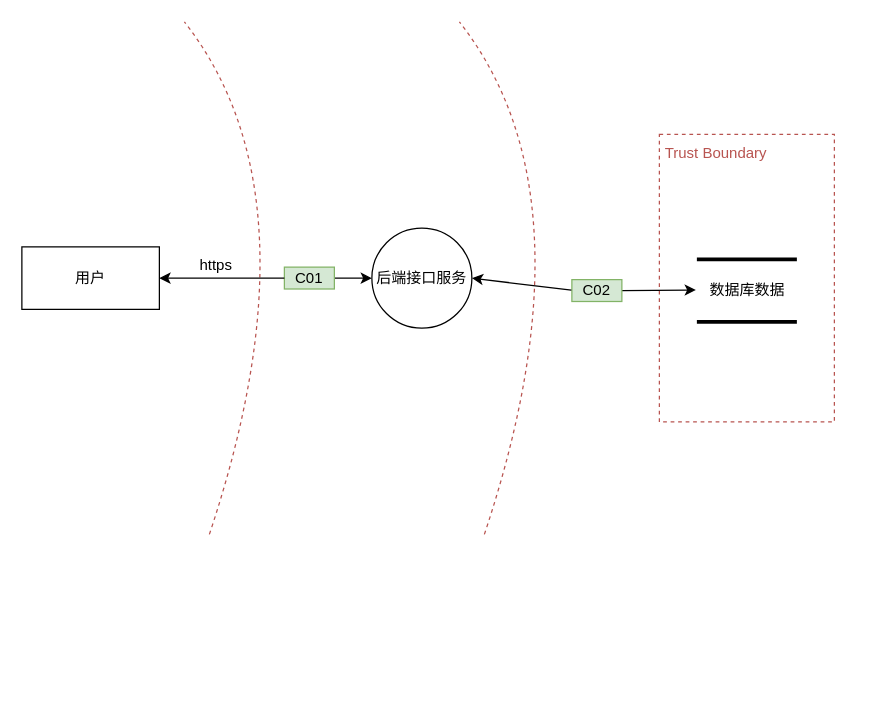
The draw.io diagram 数据流图.drawio in weijiang1994/draw-io, before the edit. Source tidied: cells renumbered, new cells numbered last; positions are measured from the earlier drawing's top-left corner, leaving out a move shared by most shapes. Both pictures are drawn from the tidied source at 125%, with x=0, y=0 at pixel (21, 21).
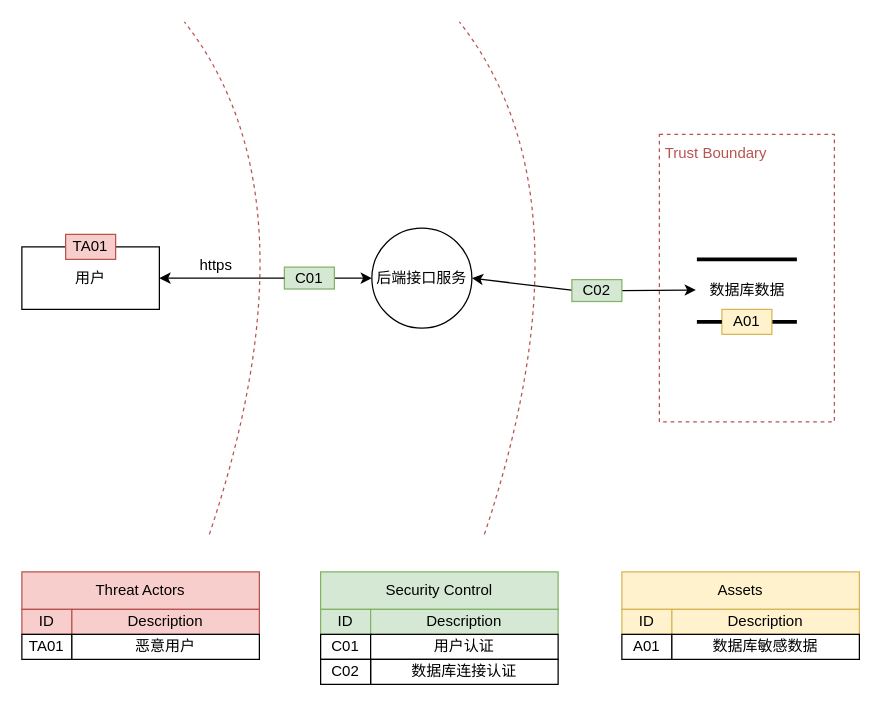
Above is the later version.

Commit message (it also covers changes not shown here):
更新数据流图.drawio

Change to the diagram source:
```diff
@@
-    <mxCell id="16" style="endArrow=none;html=1;rounded=0;strokeWidth=3;strokeColor=#000000;" parent="1" edge="1">
+    <mxCell id="16" style="endArrow=none;html=1;rounded=0;strokeWidth=3;strokeColor=#000000;startArrow=none;" parent="1" edge="1" source="36">
       <mxGeometry relative="1" as="geometry">
-        <mxPoint x="540" y="240" as="sourcePoint" />
         <mxPoint x="620" y="240" as="targetPoint" />
       </mxGeometry>
     </mxCell>
@@
+    <mxCell id="18" value="Threat Actors" style="rounded=0;whiteSpace=wrap;html=1;fillColor=#f8cecc;strokeColor=#b85450;" parent="1" vertex="1">
+      <mxGeometry y="440" width="190" height="30" as="geometry" />
+    </mxCell>
+    <mxCell id="19" value="ID" style="rounded=0;whiteSpace=wrap;html=1;fillColor=#f8cecc;strokeColor=#b85450;" parent="1" vertex="1">
+      <mxGeometry y="470" width="40" height="20" as="geometry" />
+    </mxCell>
+    <mxCell id="20" value="Description" style="rounded=0;whiteSpace=wrap;html=1;fillColor=#f8cecc;strokeColor=#b85450;" parent="1" vertex="1">
+      <mxGeometry x="40" y="470" width="150" height="20" as="geometry" />
+    </mxCell>
+    <mxCell id="21" value="TA01" style="rounded=0;whiteSpace=wrap;html=1;" parent="1" vertex="1">
+      <mxGeometry y="490" width="40" height="20" as="geometry" />
+    </mxCell>
+    <mxCell id="22" value="恶意用户" style="rounded=0;whiteSpace=wrap;html=1;" parent="1" vertex="1">
+      <mxGeometry x="40" y="490" width="150" height="20" as="geometry" />
+    </mxCell>
+    <mxCell id="23" value="TA01" style="rounded=0;whiteSpace=wrap;html=1;fillColor=#f8cecc;strokeColor=#b85450;" parent="1" vertex="1">
+      <mxGeometry x="35" y="170" width="40" height="20" as="geometry" />
+    </mxCell>
+    <mxCell id="24" value="Security Control" style="rounded=0;whiteSpace=wrap;html=1;fillColor=#d5e8d4;strokeColor=#82b366;" parent="1" vertex="1">
+      <mxGeometry x="239" y="440" width="190" height="30" as="geometry" />
+    </mxCell>
+    <mxCell id="25" value="ID" style="rounded=0;whiteSpace=wrap;html=1;fillColor=#d5e8d4;strokeColor=#82b366;" parent="1" vertex="1">
+      <mxGeometry x="239" y="470" width="40" height="20" as="geometry" />
+    </mxCell>
+    <mxCell id="26" value="Description" style="rounded=0;whiteSpace=wrap;html=1;fillColor=#d5e8d4;strokeColor=#82b366;" parent="1" vertex="1">
+      <mxGeometry x="279" y="470" width="150" height="20" as="geometry" />
+    </mxCell>
+    <mxCell id="27" value="C01" style="rounded=0;whiteSpace=wrap;html=1;" parent="1" vertex="1">
+      <mxGeometry x="239" y="490" width="40" height="20" as="geometry" />
+    </mxCell>
+    <mxCell id="28" value="用户认证" style="rounded=0;whiteSpace=wrap;html=1;" parent="1" vertex="1">
+      <mxGeometry x="279" y="490" width="150" height="20" as="geometry" />
+    </mxCell>
+    <mxCell id="29" value="数据库连接认证" style="rounded=0;whiteSpace=wrap;html=1;" parent="1" vertex="1">
+      <mxGeometry x="279" y="510" width="150" height="20" as="geometry" />
+    </mxCell>
+    <mxCell id="30" value="C02" style="rounded=0;whiteSpace=wrap;html=1;" parent="1" vertex="1">
+      <mxGeometry x="239" y="510" width="40" height="20" as="geometry" />
+    </mxCell>
+    <mxCell id="31" value="Assets" style="rounded=0;whiteSpace=wrap;html=1;fillColor=#fff2cc;strokeColor=#d6b656;" parent="1" vertex="1">
+      <mxGeometry x="480" y="440" width="190" height="30" as="geometry" />
+    </mxCell>
+    <mxCell id="32" value="ID" style="rounded=0;whiteSpace=wrap;html=1;fillColor=#fff2cc;strokeColor=#d6b656;" parent="1" vertex="1">
+      <mxGeometry x="480" y="470" width="40" height="20" as="geometry" />
+    </mxCell>
+    <mxCell id="33" value="Description" style="rounded=0;whiteSpace=wrap;html=1;fillColor=#fff2cc;strokeColor=#d6b656;" parent="1" vertex="1">
+      <mxGeometry x="520" y="470" width="150" height="20" as="geometry" />
+    </mxCell>
+    <mxCell id="34" value="A01" style="rounded=0;whiteSpace=wrap;html=1;" parent="1" vertex="1">
+      <mxGeometry x="480" y="490" width="40" height="20" as="geometry" />
+    </mxCell>
+    <mxCell id="35" value="数据库敏感数据" style="rounded=0;whiteSpace=wrap;html=1;" parent="1" vertex="1">
+      <mxGeometry x="520" y="490" width="150" height="20" as="geometry" />
+    </mxCell>
+    <mxCell id="36" value="A01" style="rounded=0;whiteSpace=wrap;html=1;fillColor=#fff2cc;strokeColor=#d6b656;" parent="1" vertex="1">
+      <mxGeometry x="560" y="230" width="40" height="20" as="geometry" />
+    </mxCell>
+    <mxCell id="37" style="endArrow=none;html=1;rounded=0;strokeWidth=3;strokeColor=#000000;" parent="1" edge="1" target="36">
+      <mxGeometry relative="1" as="geometry">
+        <mxPoint x="540" y="240" as="sourcePoint" />
+      </mxGeometry>
+    </mxCell>
```
